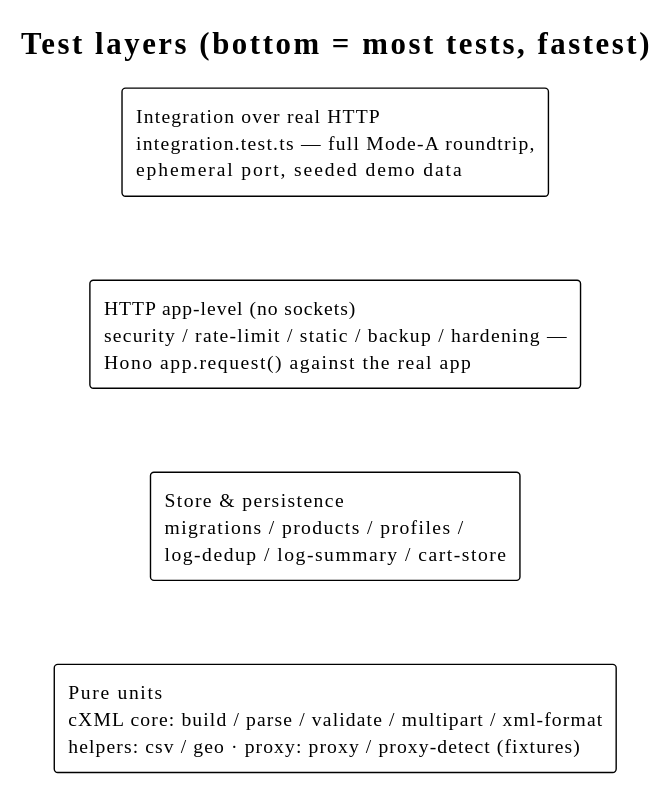
slawomir-szostak/punchout-simulator keeps this PlantUML diagram as docs/diagrams/test-layers.svg. Above is the earlier version.
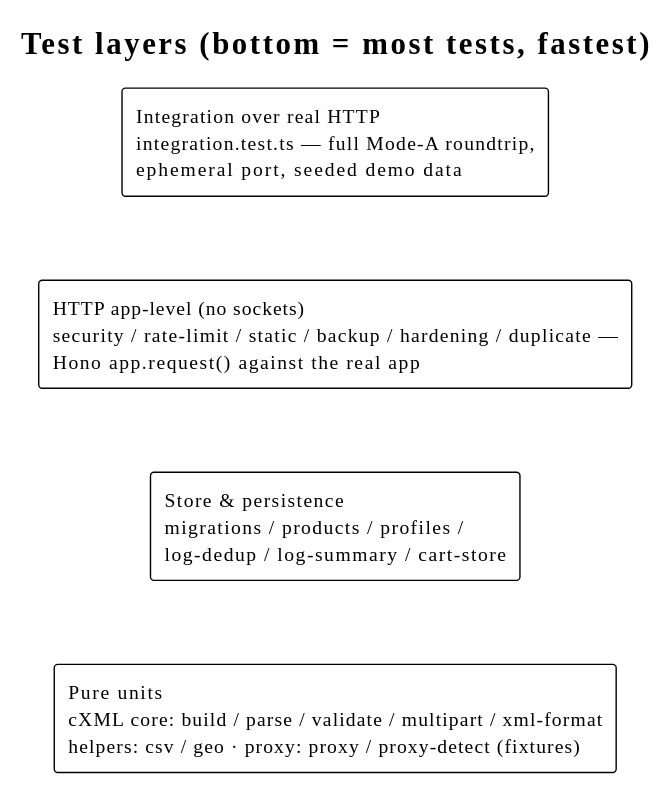
After the commit.

What changed in the source:
```diff
@@ -3,7 +3,7 @@
 title Test layers (bottom = most tests, fastest)
 
 rectangle "Integration over real HTTP\nintegration.test.ts — full Mode-A roundtrip,\nephemeral port, seeded demo data" as L4
-rectangle "HTTP app-level (no sockets)\nsecurity / rate-limit / static / backup / hardening —\nHono app.request() against the real app" as L3
+rectangle "HTTP app-level (no sockets)\nsecurity / rate-limit / static / backup / hardening / duplicate —\nHono app.request() against the real app" as L3
 rectangle "Store & persistence\nmigrations / products / profiles /\nlog-dedup / log-summary / cart-store" as L2
 rectangle "Pure units\ncXML core: build / parse / validate / multipart / xml-format\nhelpers: csv / geo · proxy: proxy / proxy-detect (fixtures)" as L1
 
```
